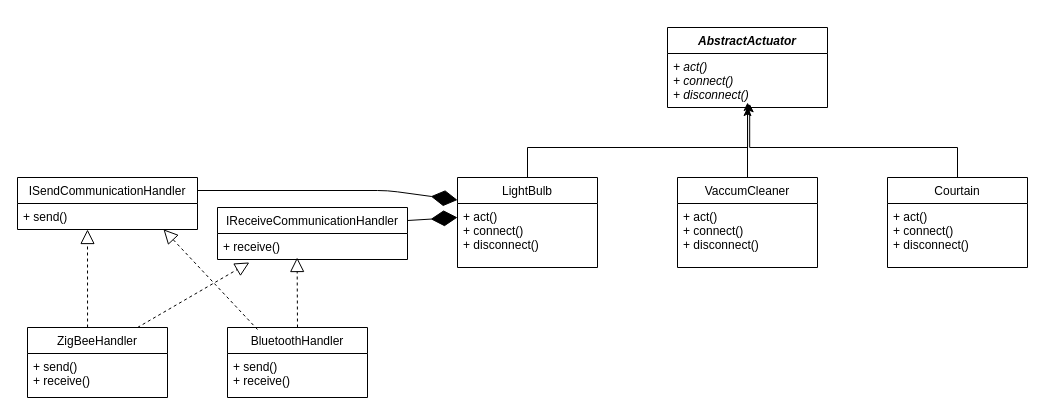
The draw.io diagram page "Actuator Domain" (1 of 2) of documentation/diagrams.drawio in zeespogeira/ADS-HouseOfThings, before the edit. Source tidied: cells renumbered, new cells numbered last; positions are measured from the earlier drawing's top-left corner, leaving out a move shared by most shapes. Both pictures are drawn from the tidied source at 100%, with x=0, y=0 at pixel (17, 27).
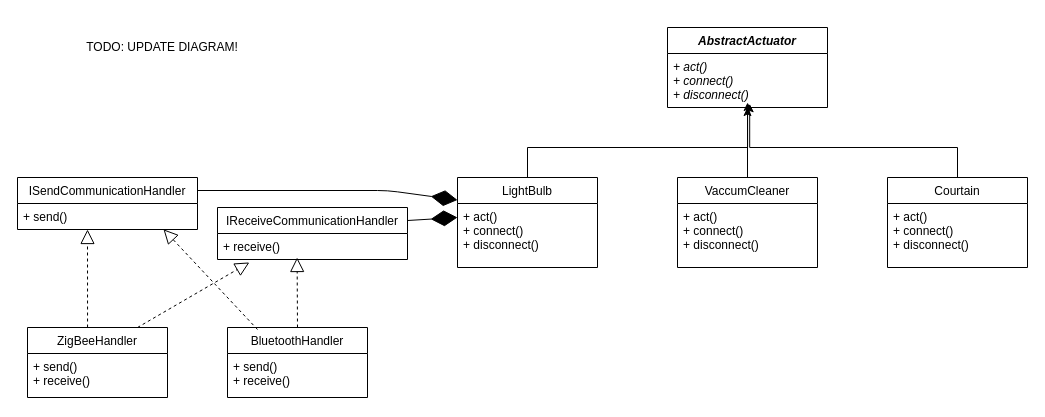
The same page after the edit.

What changed in the source:
```diff
@@
+    <mxCell id="27" value="TODO: UPDATE DIAGRAM!&lt;br&gt;" style="text;html=1;strokeColor=none;fillColor=none;align=center;verticalAlign=middle;whiteSpace=wrap;rounded=0;" parent="1" vertex="1">
+      <mxGeometry x="40" y="-10" width="210" height="60" as="geometry" />
+    </mxCell>
```
